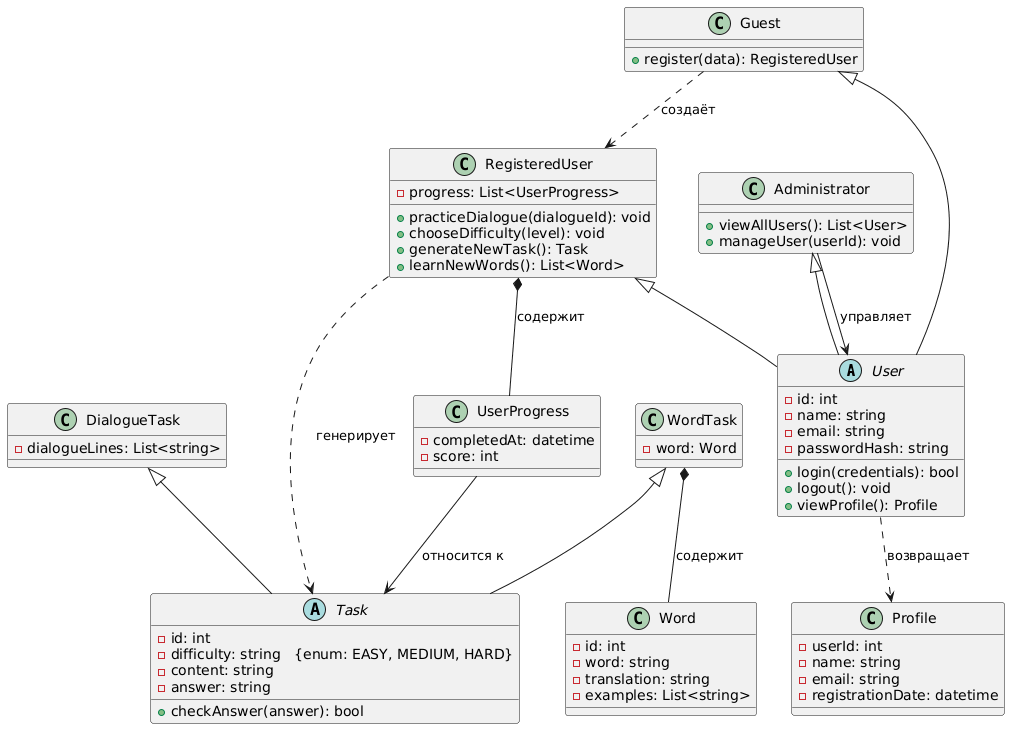
Earlier version of the PlantUML export task1/ClassDiagram.png (Ohndarciann/Software-and-systems-development).
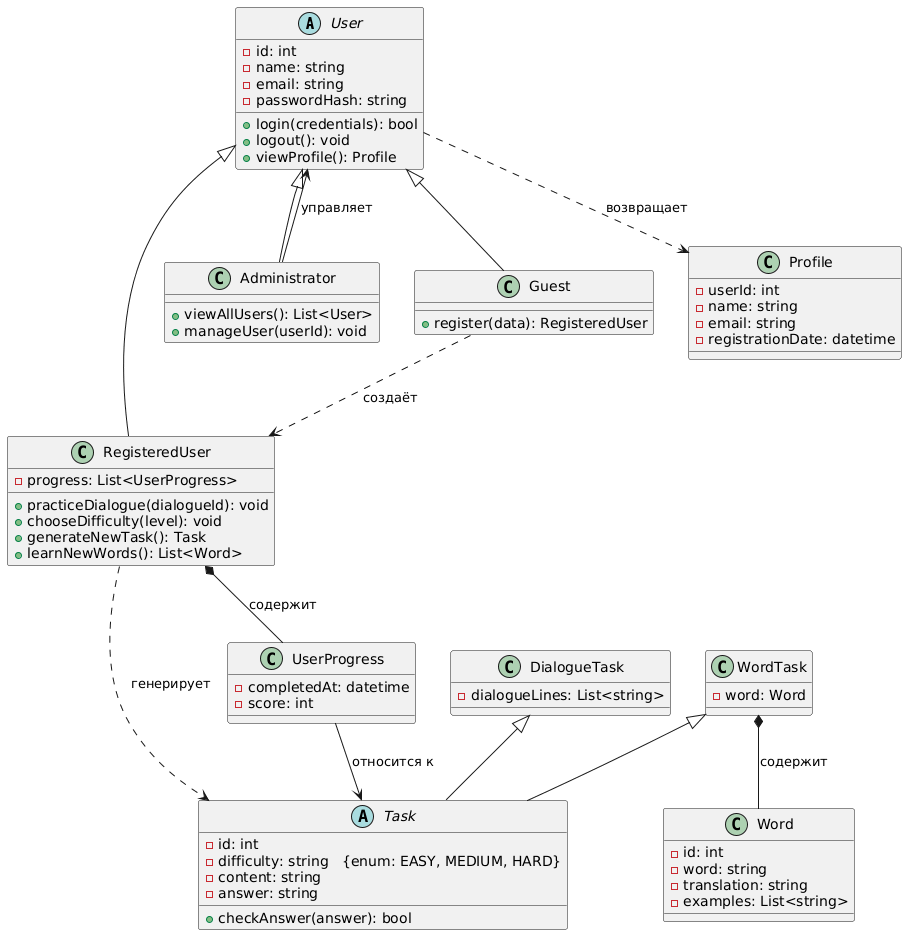
After the commit.

Commit message:
little fix of task1

Diff of the diagram source:
```diff
@@ -1,5 +1,4 @@
 @startuml
-
 abstract class User {
   - id: int
   - name: string
@@ -62,9 +61,9 @@
   - registrationDate: datetime
 }
 
-RegisteredUser <|-- User
-Administrator  <|-- User
-Guest          <|-- User
+User <|-- RegisteredUser
+User <|-- Administrator
+User <|-- Guest
 
 DialogueTask   <|-- Task
 WordTask       <|-- Task
```
